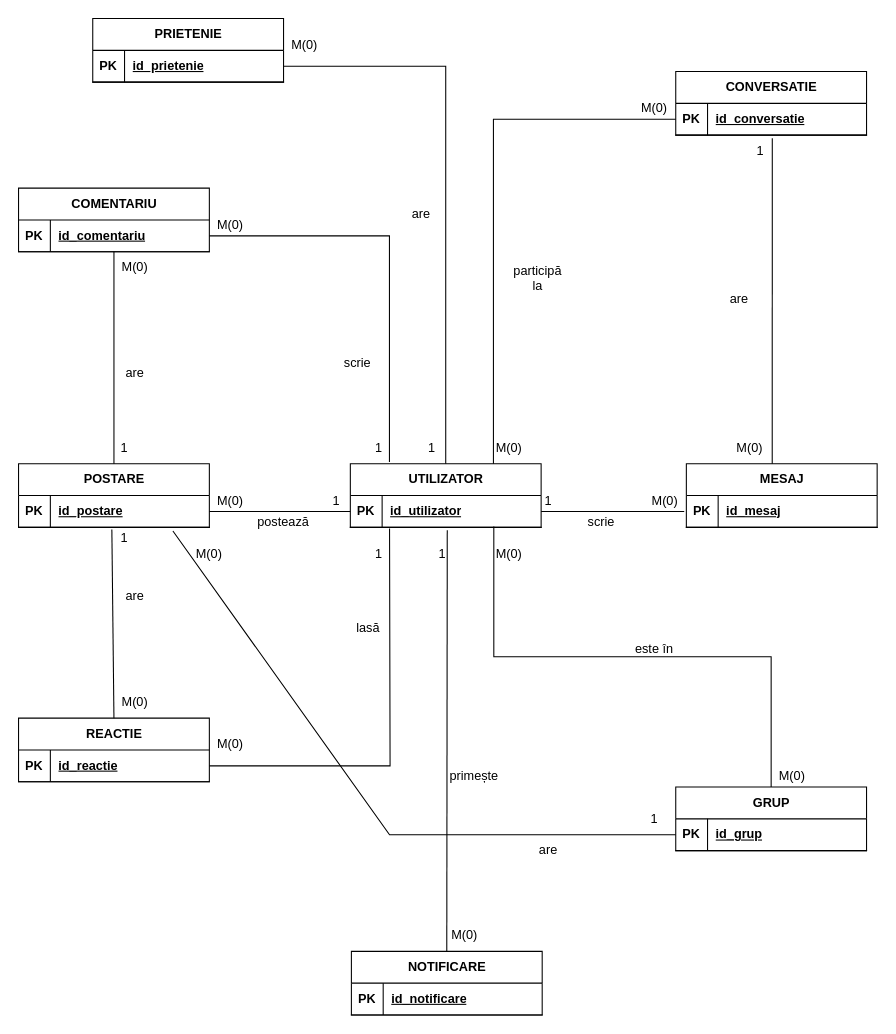
This is erd.drawio from fernandodonea/Social-DB-Manager, a draw.io file, before an edit. Source tidied: cells renumbered, new cells numbered last; positions are measured from the earlier drawing's top-left corner, leaving out a move shared by most shapes. Both pictures are drawn from the tidied source at 106%, with x=0, y=0 at pixel (18, 18).
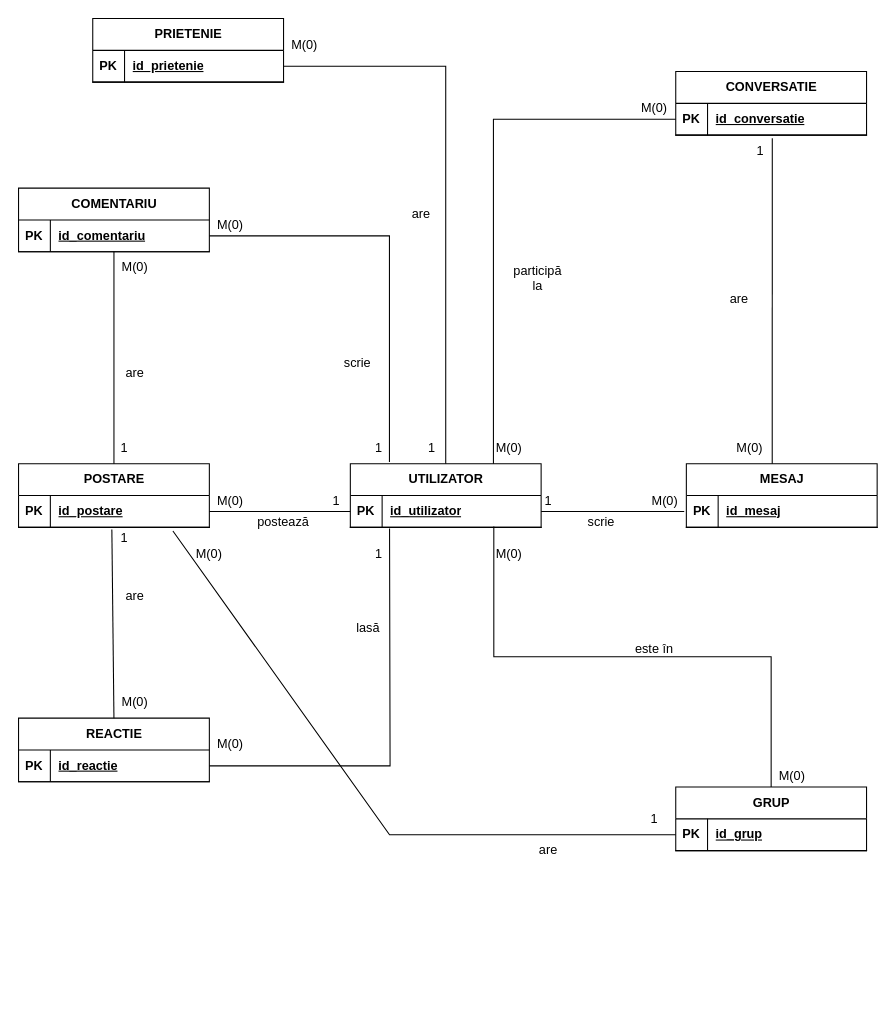
The same page after the edit.

Commit message (it also covers changes not shown here):
update erd and conceptual

The change refers to these unchanged cells:
```xml
<mxCell id="4" style="shape=tableRow;horizontal=0;startSize=0;swimlaneHead=0;swimlaneBody=0;fillColor=none;points=[[0,0.5],[1,0.5]];portConstraint=eastwest;top=0;left=0;right=0;bottom=1;" parent="3" vertex="1">
  <mxGeometry y="30" width="180" height="30" as="geometry" />
</mxCell>
```

What changed in the source:
```diff
@@
-    <mxCell id="36" style="edgeStyle=none;rounded=0;jettySize=auto;html=1;exitX=0.5;exitY=0;exitDx=0;exitDy=0;entryX=0.508;entryY=1.094;entryDx=0;entryDy=0;entryPerimeter=0;endArrow=none;endFill=0;" parent="1" edge="1" source="37" target="4">
-      <mxGeometry relative="1" as="geometry" />
-    </mxCell>
-    <mxCell id="37" value="NOTIFICARE" style="shape=table;startSize=30;childLayout=tableLayout;rowLines=0;fontStyle=1;align=center;html=1;" parent="1" vertex="1">
-      <mxGeometry x="314" y="880" width="180" height="60" as="geometry" />
-    </mxCell>
-    <mxCell id="38" style="shape=tableRow;horizontal=0;startSize=0;swimlaneHead=0;swimlaneBody=0;fillColor=none;top=0;left=0;right=0;bottom=1;" parent="37" vertex="1">
-      <mxGeometry y="30" width="180" height="30" as="geometry" />
-    </mxCell>
-    <mxCell id="39" value="PK" style="shape=partialRectangle;fillColor=none;top=0;left=0;bottom=0;right=0;fontStyle=1;overflow=hidden;whiteSpace=wrap;html=1;" parent="38" vertex="1">
-      <mxGeometry width="30" height="30" as="geometry" />
-    </mxCell>
-    <mxCell id="40" value="id_notificare" style="shape=partialRectangle;fillColor=none;top=0;left=0;bottom=0;right=0;align=left;spacingLeft=6;fontStyle=5;overflow=hidden;whiteSpace=wrap;html=1;" parent="38" vertex="1">
-      <mxGeometry x="30" width="150" height="30" as="geometry" />
-    </mxCell>
@@
-    <mxCell id="76" value="1" style="text;html=1;whiteSpace=wrap;strokeColor=none;fillColor=none;align=center;verticalAlign=middle;rounded=0;" parent="1" vertex="1">
-      <mxGeometry x="370" y="490" width="60" height="30" as="geometry" />
-    </mxCell>
-    <mxCell id="77" value="primește" style="text;html=1;whiteSpace=wrap;strokeColor=none;fillColor=none;align=center;verticalAlign=middle;rounded=0;" parent="1" vertex="1">
-      <mxGeometry x="400" y="700" width="60" height="30" as="geometry" />
-    </mxCell>
-    <mxCell id="78" value="M(0)" style="text;html=1;whiteSpace=wrap;strokeColor=none;fillColor=none;align=center;verticalAlign=middle;rounded=0;" parent="1" vertex="1">
-      <mxGeometry x="391" y="850" width="60" height="30" as="geometry" />
-    </mxCell>
```
